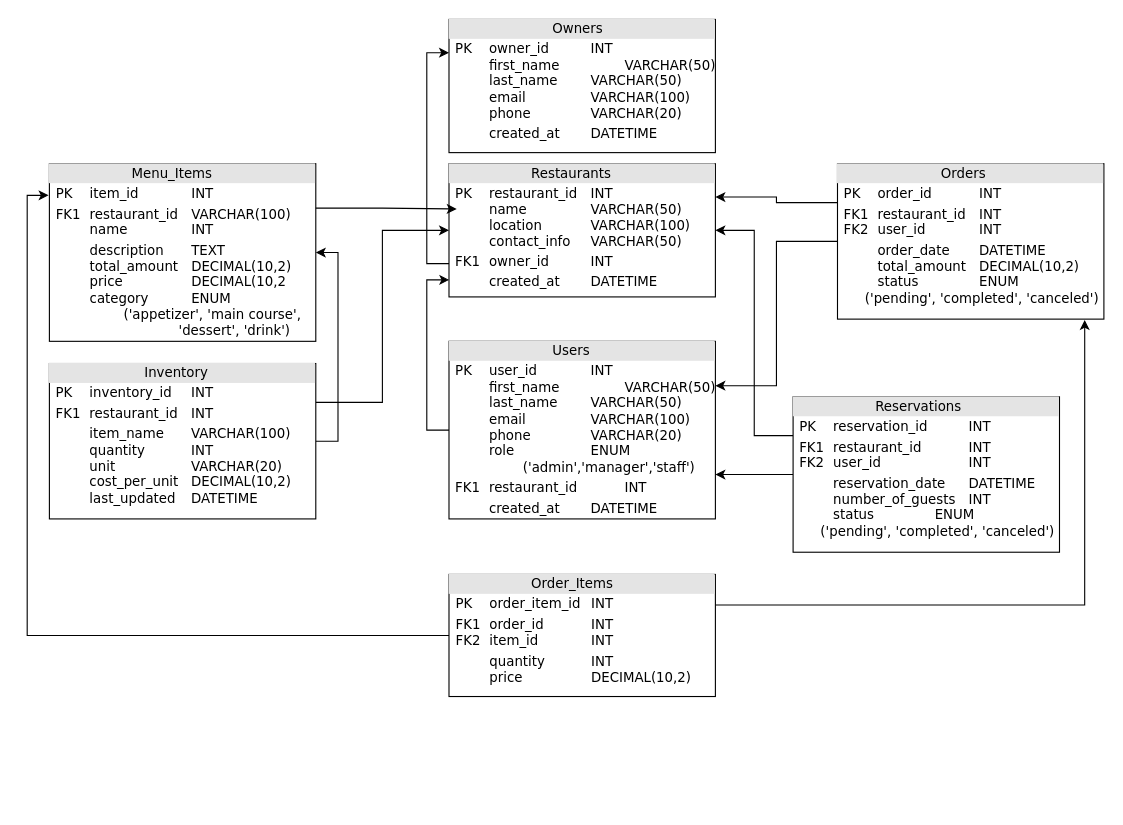
SafwanAltawil/HelloWorld keeps this draw.io diagram as Untitled Diagram.drawio. Above is the earlier version. Source tidied: cells renumbered, new cells numbered last; positions are measured from the earlier drawing's top-left corner, leaving out a move shared by most shapes. Both pictures are drawn from the tidied source at 111%, with x=0, y=0 at pixel (49, 19).
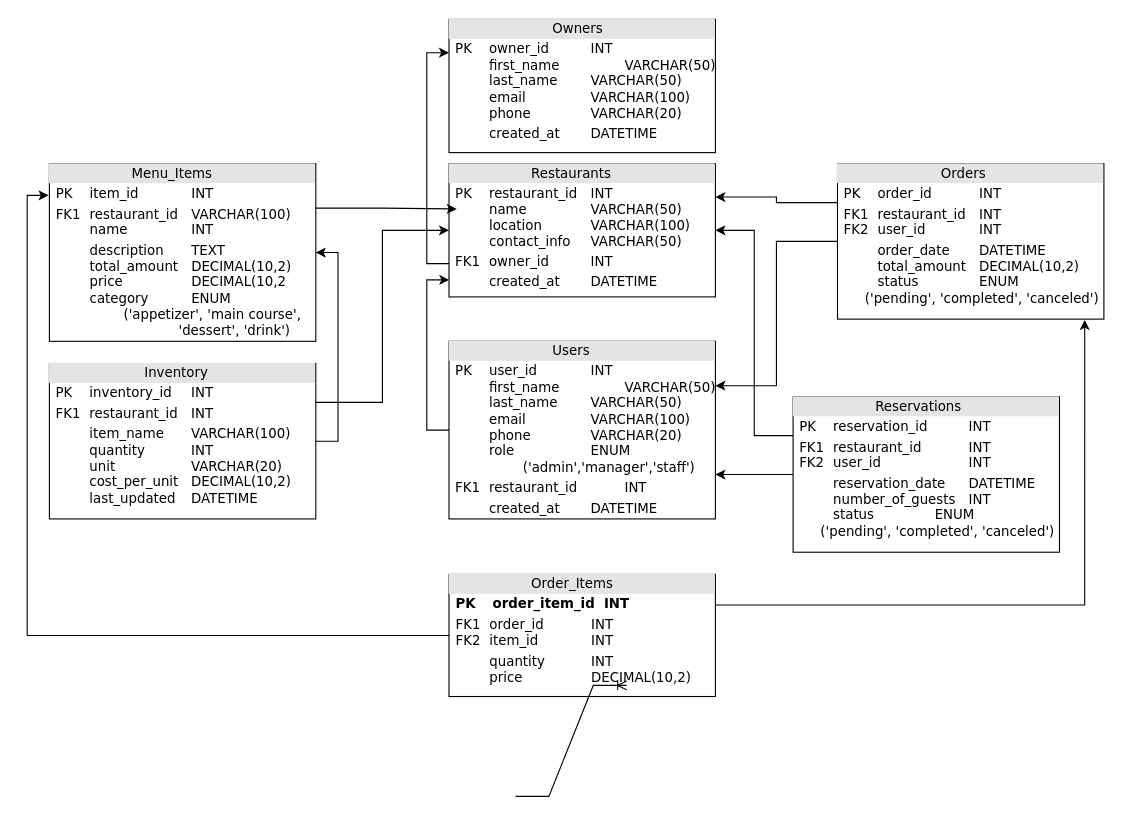
The same diagram, later.

Diff of the diagram source:
```diff
@@
-    <mxCell id="8" value="&lt;div style=&quot;box-sizing:border-box;width:100%;background:#e4e4e4;padding:2px;&quot;&gt;&lt;span style=&quot;white-space: pre;&quot;&gt;&#9;&lt;/span&gt;&lt;span style=&quot;white-space: pre;&quot;&gt;&#9;&lt;/span&gt;&lt;span style=&quot;white-space-collapse: preserve;&quot;&gt;&amp;nbsp;  &lt;/span&gt;Order_Items&lt;/div&gt;&lt;table style=&quot;width:100%;font-size:1em;&quot; cellpadding=&quot;2&quot; cellspacing=&quot;0&quot;&gt;&lt;tbody&gt;&lt;tr&gt;&lt;td&gt;&lt;br&gt;&lt;/td&gt;&lt;td&gt;PK&lt;span style=&quot;white-space: pre;&quot;&gt;&#9;&lt;/span&gt;order_item_id&lt;span style=&quot;white-space: pre;&quot;&gt;&#9;&lt;/span&gt;INT&lt;br&gt;&lt;/td&gt;&lt;/tr&gt;&lt;tr&gt;&lt;td&gt;&lt;br&gt;&lt;/td&gt;&lt;td&gt;FK1&lt;span style=&quot;white-space: pre;&quot;&gt;&#9;&lt;/span&gt;order_id &lt;span style=&quot;white-space: pre;&quot;&gt;&#9;&lt;span style=&quot;white-space: pre;&quot;&gt;&#9;&lt;/span&gt;&lt;/span&gt;INT&lt;br&gt;FK2&lt;span style=&quot;white-space: pre;&quot;&gt;&#9;&lt;/span&gt;item_id &lt;span style=&quot;white-space: pre;&quot;&gt;&#9;&lt;/span&gt;&lt;span style=&quot;white-space: pre;&quot;&gt;&#9;&lt;/span&gt;INT&lt;br&gt;&lt;/td&gt;&lt;/tr&gt;&lt;tr&gt;&lt;td&gt;&lt;/td&gt;&lt;td&gt;&lt;span style=&quot;white-space: pre;&quot;&gt;&#9;&lt;/span&gt;quantity &lt;span style=&quot;white-space: pre;&quot;&gt;&#9;&lt;span style=&quot;white-space: pre;&quot;&gt;&#9;&lt;/span&gt;&lt;/span&gt;INT&lt;span style=&quot;white-space: pre;&quot;&gt;&#9;&lt;/span&gt;&lt;br&gt;&lt;span style=&quot;white-space: pre;&quot;&gt;&#9;&lt;/span&gt;price &lt;span style=&quot;white-space: pre;&quot;&gt;&#9;&lt;span style=&quot;white-space: pre;&quot;&gt;&#9;&lt;/span&gt;&lt;/span&gt;DECIMAL(10,2)&lt;br&gt;&lt;span style=&quot;white-space: pre;&quot;&gt;&#9;&lt;/span&gt;&lt;br&gt;&lt;br&gt;&lt;br&gt;&lt;/td&gt;&lt;/tr&gt;&lt;/tbody&gt;&lt;/table&gt;" style="verticalAlign=top;align=left;overflow=fill;html=1;rounded=0;shadow=0;comic=0;labelBackgroundColor=none;strokeWidth=1;fontFamily=Verdana;fontSize=12;direction=west;" parent="1" vertex="1">
+    <mxCell id="8" value="&lt;div style=&quot;box-sizing:border-box;width:100%;background:#e4e4e4;padding:2px;&quot;&gt;&lt;span style=&quot;white-space: pre;&quot;&gt;&#9;&lt;/span&gt;&lt;span style=&quot;white-space: pre;&quot;&gt;&#9;&lt;/span&gt;&lt;span style=&quot;white-space-collapse: preserve;&quot;&gt;&amp;nbsp;  &lt;/span&gt;Order_Items&lt;/div&gt;&lt;table style=&quot;width:100%;font-size:1em;&quot; cellpadding=&quot;2&quot; cellspacing=&quot;0&quot;&gt;&lt;tbody&gt;&lt;tr&gt;&lt;td&gt;&lt;br&gt;&lt;/td&gt;&lt;td&gt;&lt;b&gt;PK&lt;span style=&quot;white-space: pre;&quot;&gt;&#9;&lt;/span&gt;order_item_id&lt;span style=&quot;white-space: pre;&quot;&gt;&#9;&lt;/span&gt;INT&lt;br&gt;&lt;/b&gt;&lt;/td&gt;&lt;/tr&gt;&lt;tr&gt;&lt;td&gt;&lt;br&gt;&lt;/td&gt;&lt;td&gt;FK1&lt;span style=&quot;white-space: pre;&quot;&gt;&#9;&lt;/span&gt;order_id &lt;span style=&quot;white-space: pre;&quot;&gt;&#9;&lt;span style=&quot;white-space: pre;&quot;&gt;&#9;&lt;/span&gt;&lt;/span&gt;INT&lt;br&gt;FK2&lt;span style=&quot;white-space: pre;&quot;&gt;&#9;&lt;/span&gt;item_id &lt;span style=&quot;white-space: pre;&quot;&gt;&#9;&lt;/span&gt;&lt;span style=&quot;white-space: pre;&quot;&gt;&#9;&lt;/span&gt;INT&lt;br&gt;&lt;/td&gt;&lt;/tr&gt;&lt;tr&gt;&lt;td&gt;&lt;/td&gt;&lt;td&gt;&lt;span style=&quot;white-space: pre;&quot;&gt;&#9;&lt;/span&gt;quantity &lt;span style=&quot;white-space: pre;&quot;&gt;&#9;&lt;span style=&quot;white-space: pre;&quot;&gt;&#9;&lt;/span&gt;&lt;/span&gt;INT&lt;span style=&quot;white-space: pre;&quot;&gt;&#9;&lt;/span&gt;&lt;br&gt;&lt;span style=&quot;white-space: pre;&quot;&gt;&#9;&lt;/span&gt;price &lt;span style=&quot;white-space: pre;&quot;&gt;&#9;&lt;span style=&quot;white-space: pre;&quot;&gt;&#9;&lt;/span&gt;&lt;/span&gt;DECIMAL(10,2)&lt;br&gt;&lt;span style=&quot;white-space: pre;&quot;&gt;&#9;&lt;/span&gt;&lt;br&gt;&lt;br&gt;&lt;br&gt;&lt;/td&gt;&lt;/tr&gt;&lt;/tbody&gt;&lt;/table&gt;" style="verticalAlign=top;align=left;overflow=fill;html=1;rounded=0;shadow=0;comic=0;labelBackgroundColor=none;strokeWidth=1;fontFamily=Verdana;fontSize=12;direction=west;" parent="1" vertex="1">
       <mxGeometry x="360" y="500" width="240" height="110" as="geometry" />
     </mxCell>
@@
+    <mxCell id="21" style="edgeStyle=entityRelationEdgeStyle;fontSize=12;html=1;endArrow=ERoneToMany;rounded=0;" parent="1" edge="1">
+      <mxGeometry relative="1" as="geometry">
+        <mxPoint x="420" y="700" as="sourcePoint" />
+        <mxPoint x="520" y="600" as="targetPoint" />
+      </mxGeometry>
+    </mxCell>
```
